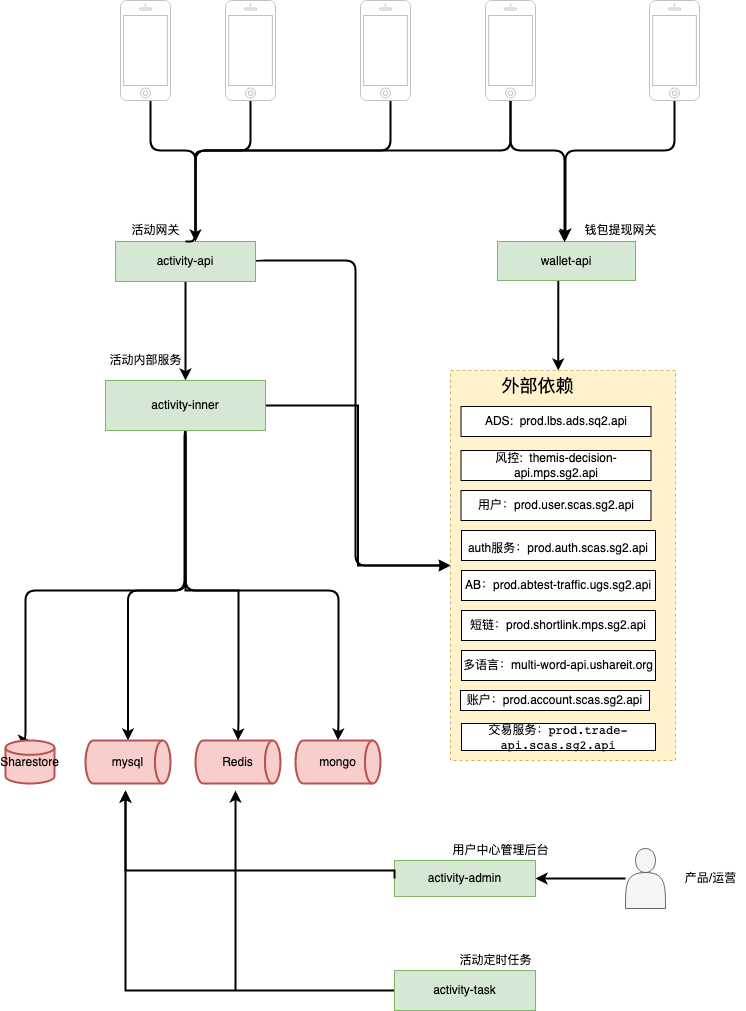
liunianmiyu/liunianmiyu keeps this draw.io diagram as 活动系统调用关系.drawio.png. Above is the earlier version. Source tidied: cells renumbered, new cells last; positions are measured from the earlier drawing's top-left corner, leaving out a move shared by most shapes. Its diagram source:
```xml
<mxGraphModel>
  <root>
    <mxCell id="0" />
    <mxCell id="1" parent="0" />
    <mxCell id="2" style="rounded=0;whiteSpace=wrap;html=1;dashed=1;align=right;horizontal=1;verticalAlign=middle;fontSize=25;fontStyle=0;fillColor=#fff2cc;strokeColor=#d6b656;" parent="1" vertex="1">
      <mxGeometry x="445" y="370" width="225" height="390" as="geometry" />
    </mxCell>
    <mxCell id="3" style="edgeStyle=none;rounded=0;jettySize=auto;html=1;exitX=0.5;exitY=1;exitDx=0;exitDy=0;entryX=0.5;entryY=0;entryDx=0;entryDy=0;strokeWidth=2;" parent="1" edge="1" source="5" target="13">
      <mxGeometry relative="1" as="geometry" />
    </mxCell>
    <mxCell id="4" style="edgeStyle=orthogonalEdgeStyle;rounded=1;jettySize=auto;html=1;exitX=1;exitY=0.5;exitDx=0;exitDy=0;fontSize=11;endArrow=block;endFill=1;strokeWidth=2;entryX=0;entryY=0.5;entryDx=0;entryDy=0;" parent="1" edge="1" source="5" target="2">
      <mxGeometry relative="1" as="geometry">
        <Array as="points">
          <mxPoint x="250" y="260" />
          <mxPoint x="350" y="260" />
          <mxPoint x="350" y="565" />
        </Array>
      </mxGeometry>
    </mxCell>
    <mxCell id="5" value="activity-api" style="rounded=0;whiteSpace=wrap;html=1;fillColor=#d5e8d4;strokeColor=#82b366;" parent="1" vertex="1">
      <mxGeometry x="110" y="241" width="140" height="40" as="geometry" />
    </mxCell>
    <mxCell id="6" value="ADS:&amp;nbsp;&amp;nbsp;prod.lbs.ads.sq2.api" style="rounded=0;whiteSpace=wrap;html=1;" parent="1" vertex="1">
      <mxGeometry x="455.5" y="406" width="190" height="30" as="geometry" />
    </mxCell>
    <mxCell id="7" value="风控:&amp;nbsp; themis-decision-api.mps.sg2.api" style="rounded=0;whiteSpace=wrap;html=1;" parent="1" vertex="1">
      <mxGeometry x="455.5" y="450" width="190" height="30" as="geometry" />
    </mxCell>
    <mxCell id="8" value="&lt;div&gt;用户：prod.user.scas.sg2.api&lt;/div&gt;" style="rounded=0;whiteSpace=wrap;html=1;" parent="1" vertex="1">
      <mxGeometry x="455.5" y="490" width="190" height="30" as="geometry" />
    </mxCell>
    <mxCell id="9" style="edgeStyle=orthogonalEdgeStyle;rounded=1;jettySize=auto;html=1;endArrow=classic;endFill=1;strokeWidth=2;entryX=0.5;entryY=0;entryDx=0;entryDy=0;entryPerimeter=0;" parent="1" edge="1" source="13" target="30">
      <mxGeometry relative="1" as="geometry">
        <Array as="points">
          <mxPoint x="180" y="590" />
          <mxPoint x="20" y="590" />
          <mxPoint x="20" y="740" />
        </Array>
      </mxGeometry>
    </mxCell>
    <mxCell id="10" style="edgeStyle=orthogonalEdgeStyle;rounded=1;jettySize=auto;html=1;exitX=0.5;exitY=1;exitDx=0;exitDy=0;endArrow=classic;endFill=1;strokeWidth=2;entryX=0.5;entryY=0;entryDx=0;entryDy=0;entryPerimeter=0;" parent="1" edge="1" source="13" target="31">
      <mxGeometry relative="1" as="geometry">
        <Array as="points">
          <mxPoint x="179" y="430" />
          <mxPoint x="179" y="590" />
          <mxPoint x="123" y="590" />
        </Array>
      </mxGeometry>
    </mxCell>
    <mxCell id="11" style="edgeStyle=orthogonalEdgeStyle;rounded=1;jettySize=auto;html=1;exitX=0.5;exitY=1;exitDx=0;exitDy=0;endArrow=classic;endFill=1;strokeWidth=2;entryX=0.5;entryY=0;entryDx=0;entryDy=0;entryPerimeter=0;" parent="1" edge="1" source="13" target="39">
      <mxGeometry relative="1" as="geometry">
        <Array as="points">
          <mxPoint x="180" y="590" />
          <mxPoint x="333" y="590" />
          <mxPoint x="333" y="720" />
        </Array>
      </mxGeometry>
    </mxCell>
    <mxCell id="12" style="edgeStyle=orthogonalEdgeStyle;rounded=0;jettySize=auto;html=1;fontSize=12;strokeWidth=2;" parent="1" edge="1" source="13" target="2">
      <mxGeometry relative="1" as="geometry" />
    </mxCell>
    <mxCell id="13" value="activity-inner" style="rounded=0;whiteSpace=wrap;html=1;fillColor=#d5e8d4;strokeColor=#82b366;" parent="1" vertex="1">
      <mxGeometry x="100" y="380" width="160" height="50" as="geometry" />
    </mxCell>
    <mxCell id="14" style="edgeStyle=orthogonalEdgeStyle;rounded=1;jettySize=auto;html=1;exitX=0.5;exitY=1;exitDx=0;exitDy=0;strokeWidth=2;entryX=0.75;entryY=0;entryDx=0;entryDy=0;" parent="1" edge="1" source="15" target="38">
      <mxGeometry relative="1" as="geometry">
        <Array as="points">
          <mxPoint x="561" y="261" />
          <mxPoint x="553" y="261" />
        </Array>
      </mxGeometry>
    </mxCell>
    <mxCell id="15" value="wallet-api" style="rounded=0;whiteSpace=wrap;html=1;fillColor=#d5e8d4;strokeColor=#82b366;" parent="1" vertex="1">
      <mxGeometry x="492" y="241" width="138" height="39" as="geometry" />
    </mxCell>
    <mxCell id="16" style="edgeStyle=orthogonalEdgeStyle;rounded=1;jettySize=auto;html=1;entryX=0.5;entryY=0;entryDx=0;entryDy=0;endArrow=none;endFill=0;strokeWidth=2;" parent="1" edge="1" source="17" target="5">
      <mxGeometry relative="1" as="geometry">
        <Array as="points">
          <mxPoint x="145" y="150" />
          <mxPoint x="190" y="150" />
          <mxPoint x="190" y="241" />
        </Array>
      </mxGeometry>
    </mxCell>
    <mxCell id="17" style="html=1;verticalLabelPosition=bottom;labelBackgroundColor=#ffffff;verticalAlign=top;shadow=0;dashed=0;strokeWidth=1;shape=mxgraph.ios7.misc.iphone;strokeColor=#c0c0c0;" parent="1" vertex="1">
      <mxGeometry x="115" width="50" height="100" as="geometry" />
    </mxCell>
    <mxCell id="18" style="edgeStyle=orthogonalEdgeStyle;rounded=1;jettySize=auto;html=1;endArrow=none;endFill=0;strokeWidth=2;" parent="1" edge="1" source="19">
      <mxGeometry relative="1" as="geometry">
        <mxPoint x="190" y="230" as="targetPoint" />
        <Array as="points">
          <mxPoint x="245" y="150" />
          <mxPoint x="190" y="150" />
          <mxPoint x="190" y="241" />
        </Array>
      </mxGeometry>
    </mxCell>
    <mxCell id="19" style="html=1;verticalLabelPosition=bottom;labelBackgroundColor=#ffffff;verticalAlign=top;shadow=0;dashed=0;strokeWidth=1;shape=mxgraph.ios7.misc.iphone;strokeColor=#c0c0c0;" parent="1" vertex="1">
      <mxGeometry x="220" width="50" height="100" as="geometry" />
    </mxCell>
    <mxCell id="20" style="edgeStyle=orthogonalEdgeStyle;rounded=1;jettySize=auto;html=1;endArrow=none;endFill=0;strokeWidth=2;" parent="1" edge="1" source="21">
      <mxGeometry relative="1" as="geometry">
        <mxPoint x="190" y="160" as="targetPoint" />
        <Array as="points">
          <mxPoint x="385" y="150" />
          <mxPoint x="190" y="150" />
        </Array>
      </mxGeometry>
    </mxCell>
    <mxCell id="21" style="html=1;verticalLabelPosition=bottom;labelBackgroundColor=#ffffff;verticalAlign=top;shadow=0;dashed=0;strokeWidth=1;shape=mxgraph.ios7.misc.iphone;strokeColor=#c0c0c0;" parent="1" vertex="1">
      <mxGeometry x="355" width="50" height="100" as="geometry" />
    </mxCell>
    <mxCell id="22" style="edgeStyle=orthogonalEdgeStyle;rounded=1;jettySize=auto;html=1;endArrow=classic;endFill=1;strokeWidth=2;" parent="1" edge="1" source="24">
      <mxGeometry relative="1" as="geometry">
        <mxPoint x="190" y="241" as="targetPoint" />
        <Array as="points">
          <mxPoint x="505" y="150" />
          <mxPoint x="190" y="150" />
          <mxPoint x="190" y="241" />
        </Array>
      </mxGeometry>
    </mxCell>
    <mxCell id="23" style="edgeStyle=orthogonalEdgeStyle;rounded=1;jettySize=auto;html=1;entryX=0.5;entryY=0;entryDx=0;entryDy=0;endArrow=classic;endFill=1;strokeWidth=2;" parent="1" edge="1" source="24">
      <mxGeometry relative="1" as="geometry">
        <mxPoint x="559" y="241.6" as="targetPoint" />
        <Array as="points">
          <mxPoint x="505" y="150" />
          <mxPoint x="559" y="150" />
        </Array>
      </mxGeometry>
    </mxCell>
    <mxCell id="24" style="html=1;verticalLabelPosition=bottom;labelBackgroundColor=#ffffff;verticalAlign=top;shadow=0;dashed=0;strokeWidth=1;shape=mxgraph.ios7.misc.iphone;strokeColor=#c0c0c0;" parent="1" vertex="1">
      <mxGeometry x="480" width="50" height="100" as="geometry" />
    </mxCell>
    <mxCell id="25" value="活动网关" style="text;html=1;align=center;verticalAlign=middle;strokeColor=none;fillColor=none;" parent="1" vertex="1">
      <mxGeometry x="120" y="220" width="60" height="20" as="geometry" />
    </mxCell>
    <mxCell id="26" value="活动内部服务" style="text;html=1;align=center;verticalAlign=middle;strokeColor=none;fillColor=none;" parent="1" vertex="1">
      <mxGeometry x="95" y="350" width="90" height="20" as="geometry" />
    </mxCell>
    <mxCell id="27" style="edgeStyle=orthogonalEdgeStyle;rounded=1;jettySize=auto;html=1;endArrow=classic;endFill=1;strokeWidth=2;" parent="1" edge="1" source="28">
      <mxGeometry relative="1" as="geometry">
        <mxPoint x="560" y="240" as="targetPoint" />
        <Array as="points">
          <mxPoint x="669" y="150" />
          <mxPoint x="560" y="150" />
        </Array>
      </mxGeometry>
    </mxCell>
    <mxCell id="28" style="html=1;verticalLabelPosition=bottom;labelBackgroundColor=#ffffff;verticalAlign=top;shadow=0;dashed=0;strokeWidth=1;shape=mxgraph.ios7.misc.iphone;strokeColor=#c0c0c0;" parent="1" vertex="1">
      <mxGeometry x="644" width="50" height="100" as="geometry" />
    </mxCell>
    <mxCell id="29" value="钱包提现网关" style="text;html=1;align=center;verticalAlign=middle;strokeColor=none;fillColor=none;" parent="1" vertex="1">
      <mxGeometry x="570" y="220" width="90" height="20" as="geometry" />
    </mxCell>
    <mxCell id="30" value="Sharestore" style="strokeWidth=2;html=1;shape=mxgraph.flowchart.database;whiteSpace=wrap;fillColor=#f8cecc;strokeColor=#b85450;" parent="1" vertex="1">
      <mxGeometry y="740" width="49" height="43" as="geometry" />
    </mxCell>
    <mxCell id="31" value="mysql" style="strokeWidth=2;html=1;shape=mxgraph.flowchart.direct_data;whiteSpace=wrap;fillColor=#f8cecc;strokeColor=#b85450;" parent="1" vertex="1">
      <mxGeometry x="80" y="740" width="85" height="43" as="geometry" />
    </mxCell>
    <mxCell id="32" value="Redis" style="strokeWidth=2;html=1;shape=mxgraph.flowchart.direct_data;whiteSpace=wrap;fillColor=#f8cecc;strokeColor=#b85450;" parent="1" vertex="1">
      <mxGeometry x="190" y="740" width="85" height="43" as="geometry" />
    </mxCell>
    <mxCell id="33" value="activity-admin" style="rounded=0;whiteSpace=wrap;html=1;fillColor=#d5e8d4;strokeColor=#82b366;" parent="1" vertex="1">
      <mxGeometry x="389" y="860" width="141" height="36" as="geometry" />
    </mxCell>
    <mxCell id="34" style="edgeStyle=orthogonalEdgeStyle;rounded=1;jettySize=auto;html=1;entryX=1;entryY=0.5;entryDx=0;entryDy=0;endArrow=classic;endFill=1;strokeWidth=2;" parent="1" edge="1" source="35" target="33">
      <mxGeometry relative="1" as="geometry" />
    </mxCell>
    <mxCell id="35" style="shape=actor;whiteSpace=wrap;html=1;fillColor=#f5f5f5;strokeColor=#666666;fontColor=#333333;" parent="1" vertex="1">
      <mxGeometry x="620" y="848" width="40" height="60" as="geometry" />
    </mxCell>
    <mxCell id="36" value="用户中心管理后台" style="text;html=1;align=center;verticalAlign=middle;strokeColor=none;fillColor=none;" parent="1" vertex="1">
      <mxGeometry x="440" y="840" width="110" height="20" as="geometry" />
    </mxCell>
    <mxCell id="37" value="产品/运营" style="text;html=1;align=center;verticalAlign=middle;strokeColor=none;fillColor=none;" parent="1" vertex="1">
      <mxGeometry x="670" y="868" width="70" height="20" as="geometry" />
    </mxCell>
    <mxCell id="38" value="&lt;font style=&quot;font-size: 18px;&quot;&gt;外部依赖&lt;/font&gt;" style="text;html=1;strokeColor=none;fillColor=none;align=center;verticalAlign=middle;whiteSpace=wrap;rounded=0;" parent="1" vertex="1">
      <mxGeometry x="492" y="370" width="81" height="30" as="geometry" />
    </mxCell>
    <mxCell id="39" value="mongo" style="strokeWidth=2;html=1;shape=mxgraph.flowchart.direct_data;whiteSpace=wrap;fillColor=#f8cecc;strokeColor=#b85450;" parent="1" vertex="1">
      <mxGeometry x="290" y="740" width="85" height="43" as="geometry" />
    </mxCell>
    <mxCell id="40" style="endArrow=classic;html=1;rounded=0;fontSize=18;edgeStyle=orthogonalEdgeStyle;strokeWidth=2;entryX=0.5;entryY=0;entryDx=0;entryDy=0;entryPerimeter=0;" parent="1" edge="1" target="32">
      <mxGeometry relative="1" as="geometry">
        <mxPoint x="180" y="436" as="sourcePoint" />
        <Array as="points">
          <mxPoint x="180" y="590" />
          <mxPoint x="233" y="590" />
          <mxPoint x="233" y="720" />
        </Array>
      </mxGeometry>
    </mxCell>
    <mxCell id="41" style="endArrow=classic;html=1;rounded=0;fontSize=18;strokeWidth=2;edgeStyle=orthogonalEdgeStyle;exitX=0;exitY=0.5;exitDx=0;exitDy=0;" parent="1" edge="1" source="33">
      <mxGeometry relative="1" as="geometry">
        <mxPoint x="120" y="790" as="targetPoint" />
        <Array as="points">
          <mxPoint x="389" y="870" />
          <mxPoint x="120" y="870" />
        </Array>
      </mxGeometry>
    </mxCell>
    <mxCell id="42" value="&lt;font style=&quot;font-size: 12px;&quot;&gt;auth服务：prod.auth.scas.sg2.api&lt;/font&gt;" style="rounded=0;whiteSpace=wrap;html=1;fontSize=18;" parent="1" vertex="1">
      <mxGeometry x="456" y="530" width="194" height="30" as="geometry" />
    </mxCell>
    <mxCell id="43" value="AB：prod.abtest-traffic.ugs.sg2.api" style="rounded=0;whiteSpace=wrap;html=1;fontSize=12;align=center;" parent="1" vertex="1">
      <mxGeometry x="456" y="570" width="194" height="30" as="geometry" />
    </mxCell>
    <mxCell id="44" value="短链：prod.shortlink.mps.sg2.api" style="rounded=0;whiteSpace=wrap;html=1;fontSize=12;" parent="1" vertex="1">
      <mxGeometry x="456" y="610" width="194" height="30" as="geometry" />
    </mxCell>
    <mxCell id="45" value="多语言：multi-word-api.ushareit.org" style="rounded=0;whiteSpace=wrap;html=1;fontSize=12;" parent="1" vertex="1">
      <mxGeometry x="456" y="650" width="194" height="30" as="geometry" />
    </mxCell>
    <mxCell id="46" value="账户：prod.account.scas.sg2.api" style="rounded=0;whiteSpace=wrap;html=1;fontSize=12;" parent="1" vertex="1">
      <mxGeometry x="455" y="690" width="189" height="20" as="geometry" />
    </mxCell>
    <mxCell id="47" value="&lt;code&gt;交易服务：prod.trade-api.scas.sg2.api&lt;/code&gt;" style="rounded=0;whiteSpace=wrap;html=1;fontSize=12;" parent="1" vertex="1">
      <mxGeometry x="456" y="723" width="194" height="27" as="geometry" />
    </mxCell>
    <mxCell id="48" style="edgeStyle=orthogonalEdgeStyle;rounded=0;jettySize=auto;html=1;exitX=0;exitY=0.5;exitDx=0;exitDy=0;fontSize=12;strokeWidth=2;" parent="1" edge="1" source="49">
      <mxGeometry relative="1" as="geometry">
        <mxPoint x="120" y="790" as="targetPoint" />
      </mxGeometry>
    </mxCell>
    <mxCell id="49" value="activity-task" style="rounded=0;whiteSpace=wrap;html=1;fontSize=12;fillColor=#d5e8d4;strokeColor=#82b366;" parent="1" vertex="1">
      <mxGeometry x="389" y="970" width="141" height="40" as="geometry" />
    </mxCell>
    <mxCell id="50" value="活动定时任务" style="text;html=1;align=center;verticalAlign=middle;strokeColor=none;fillColor=none;fontSize=12;" parent="1" vertex="1">
      <mxGeometry x="445" y="950" width="90" height="20" as="geometry" />
    </mxCell>
    <mxCell id="51" style="endArrow=classic;html=1;rounded=0;fontSize=12;strokeWidth=2;" parent="1" edge="1">
      <mxGeometry relative="1" as="geometry">
        <mxPoint x="230" y="990" as="sourcePoint" />
        <mxPoint x="230" y="790" as="targetPoint" />
      </mxGeometry>
    </mxCell>
  </root>
</mxGraphModel>
```
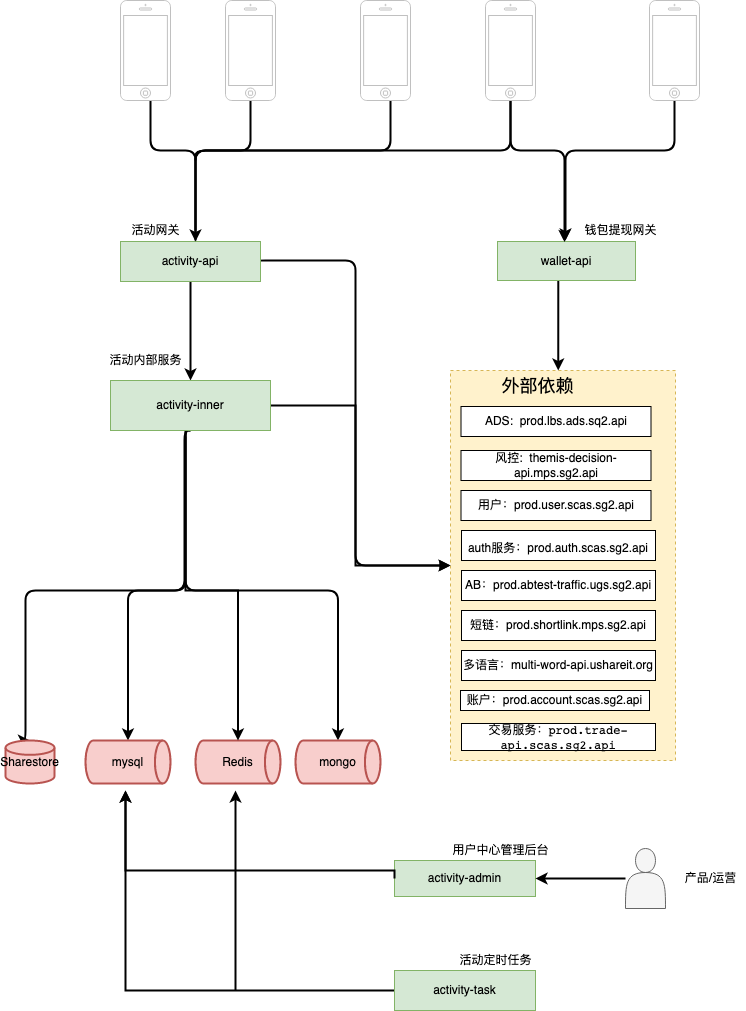
After the change.

Commit message:
Update 活动系统调用关系.drawio.png

Diff of the diagram source:
```diff
@@ -18,7 +18,7 @@
       </mxGeometry>
     </mxCell>
     <mxCell id="5" value="activity-api" style="rounded=0;whiteSpace=wrap;html=1;fillColor=#d5e8d4;strokeColor=#82b366;" parent="1" vertex="1">
-      <mxGeometry x="110" y="241" width="140" height="40" as="geometry" />
+      <mxGeometry x="115" y="241" width="140" height="40" as="geometry" />
     </mxCell>
     <mxCell id="6" value="ADS:&amp;nbsp;&amp;nbsp;prod.lbs.ads.sq2.api" style="rounded=0;whiteSpace=wrap;html=1;" parent="1" vertex="1">
       <mxGeometry x="455.5" y="406" width="190" height="30" as="geometry" />
@@ -50,17 +50,22 @@
     <mxCell id="11" style="edgeStyle=orthogonalEdgeStyle;rounded=1;jettySize=auto;html=1;exitX=0.5;exitY=1;exitDx=0;exitDy=0;endArrow=classic;endFill=1;strokeWidth=2;entryX=0.5;entryY=0;entryDx=0;entryDy=0;entryPerimeter=0;" parent="1" edge="1" source="13" target="39">
       <mxGeometry relative="1" as="geometry">
         <Array as="points">
+          <mxPoint x="180" y="430" />
           <mxPoint x="180" y="590" />
           <mxPoint x="333" y="590" />
-          <mxPoint x="333" y="720" />
         </Array>
       </mxGeometry>
     </mxCell>
     <mxCell id="12" style="edgeStyle=orthogonalEdgeStyle;rounded=0;jettySize=auto;html=1;fontSize=12;strokeWidth=2;" parent="1" edge="1" source="13" target="2">
-      <mxGeometry relative="1" as="geometry" />
+      <mxGeometry relative="1" as="geometry">
+        <Array as="points">
+          <mxPoint x="350" y="405" />
+          <mxPoint x="350" y="565" />
+        </Array>
+      </mxGeometry>
     </mxCell>
     <mxCell id="13" value="activity-inner" style="rounded=0;whiteSpace=wrap;html=1;fillColor=#d5e8d4;strokeColor=#82b366;" parent="1" vertex="1">
-      <mxGeometry x="100" y="380" width="160" height="50" as="geometry" />
+      <mxGeometry x="105" y="380" width="160" height="50" as="geometry" />
     </mxCell>
     <mxCell id="14" style="edgeStyle=orthogonalEdgeStyle;rounded=1;jettySize=auto;html=1;exitX=0.5;exitY=1;exitDx=0;exitDy=0;strokeWidth=2;entryX=0.75;entryY=0;entryDx=0;entryDy=0;" parent="1" edge="1" source="15" target="38">
       <mxGeometry relative="1" as="geometry">
@@ -73,8 +78,9 @@
     <mxCell id="15" value="wallet-api" style="rounded=0;whiteSpace=wrap;html=1;fillColor=#d5e8d4;strokeColor=#82b366;" parent="1" vertex="1">
       <mxGeometry x="492" y="241" width="138" height="39" as="geometry" />
     </mxCell>
-    <mxCell id="16" style="edgeStyle=orthogonalEdgeStyle;rounded=1;jettySize=auto;html=1;entryX=0.5;entryY=0;entryDx=0;entryDy=0;endArrow=none;endFill=0;strokeWidth=2;" parent="1" edge="1" source="17" target="5">
+    <mxCell id="16" style="edgeStyle=orthogonalEdgeStyle;rounded=1;jettySize=auto;html=1;endArrow=none;endFill=0;strokeWidth=2;" parent="1" edge="1" source="17">
       <mxGeometry relative="1" as="geometry">
+        <mxPoint x="190" y="240" as="targetPoint" />
         <Array as="points">
           <mxPoint x="145" y="150" />
           <mxPoint x="190" y="150" />
@@ -91,7 +97,6 @@
         <Array as="points">
           <mxPoint x="245" y="150" />
           <mxPoint x="190" y="150" />
-          <mxPoint x="190" y="241" />
         </Array>
       </mxGeometry>
     </mxCell>
@@ -189,7 +194,6 @@
         <Array as="points">
           <mxPoint x="180" y="590" />
           <mxPoint x="233" y="590" />
-          <mxPoint x="233" y="720" />
         </Array>
       </mxGeometry>
     </mxCell>
```
